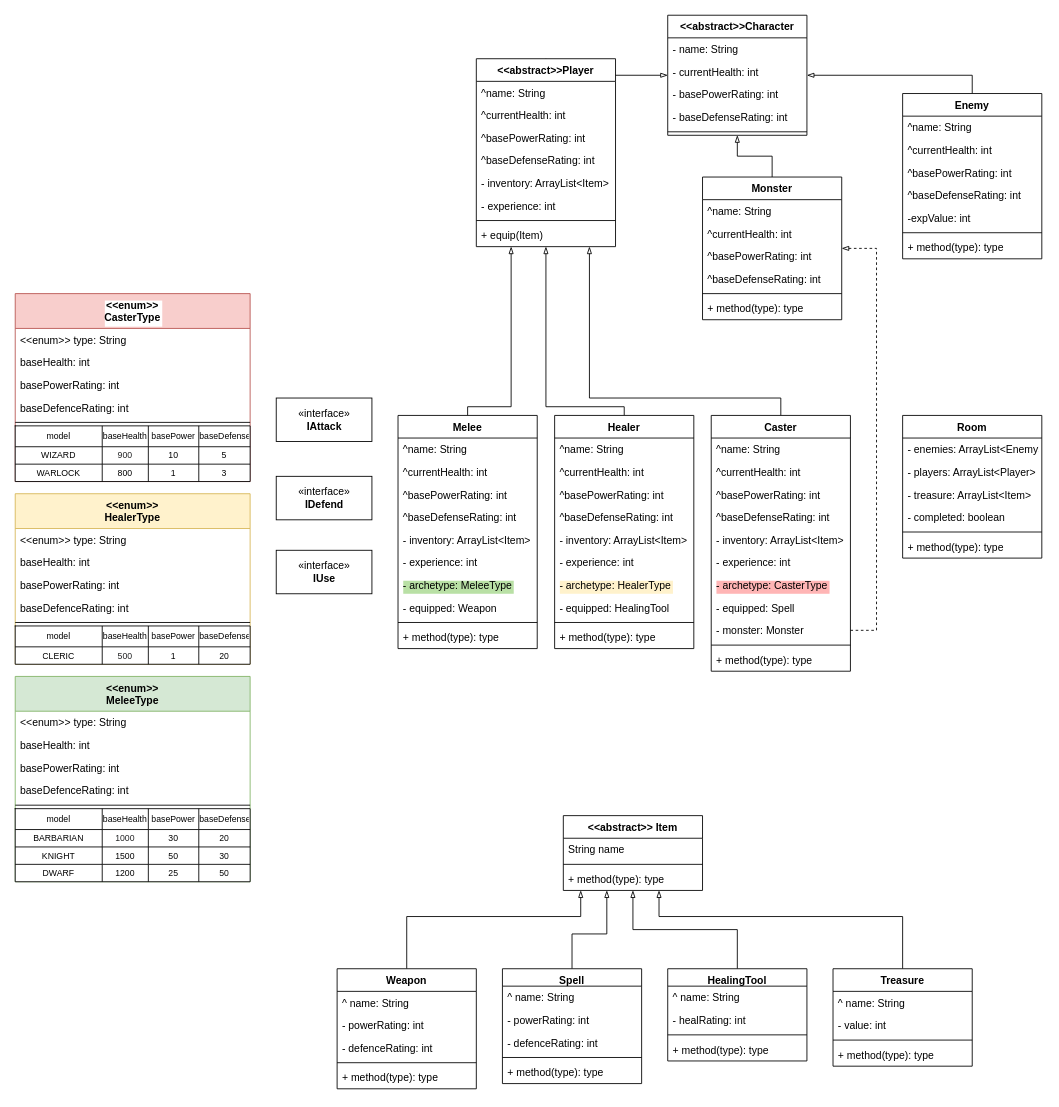
The draw.io diagram game_plan.drawio in randomlyalex-codeclan/JAVA-fantasy-lab, before the edit. Source tidied: cells renumbered, new cells numbered last; positions are measured from the earlier drawing's top-left corner, leaving out a move shared by most shapes. Both pictures are drawn from the tidied source at 87%, with x=0, y=0 at pixel (15, 15).
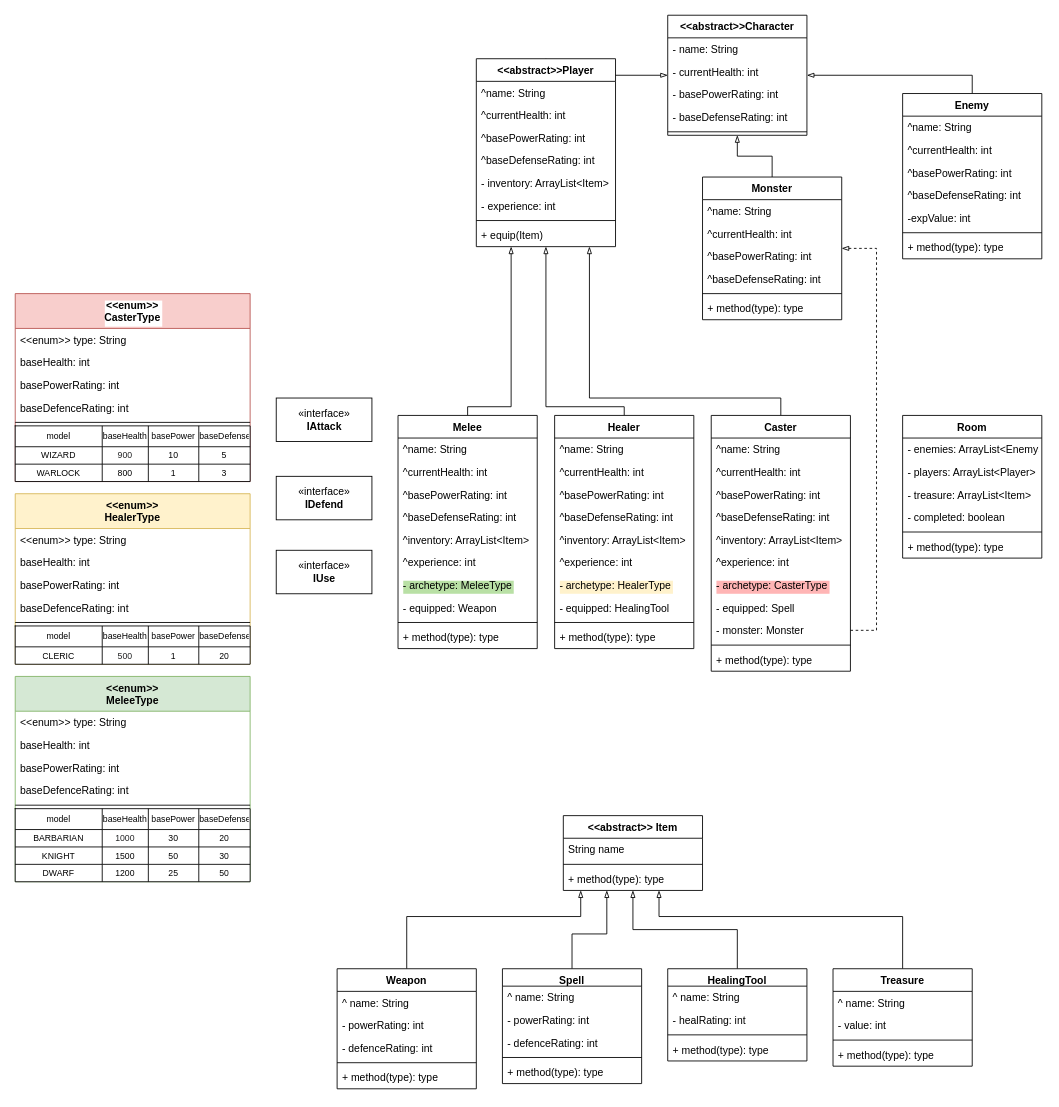
The same page after the edit.

Commit message (it also covers changes not shown here):
edited plan to better reflect inheritance

The change refers to these unchanged cells:
```xml
<mxCell id="13" value="Melee" style="swimlane;fontStyle=1;align=center;verticalAlign=top;horizontal=1;startSize=26;" parent="1" vertex="1">
  <mxGeometry x="440" y="460" width="160" height="268" as="geometry" />
</mxCell>
<mxCell id="25" value="Caster" style="swimlane;fontStyle=1;align=center;verticalAlign=top;horizontal=1;startSize=26;" parent="1" vertex="1">
  <mxGeometry x="800" y="460" width="160" height="294" as="geometry" />
</mxCell>
<mxCell id="38" value="Healer" style="swimlane;fontStyle=1;align=center;verticalAlign=top;horizontal=1;startSize=26;" parent="1" vertex="1">
  <mxGeometry x="620" y="460" width="160" height="268" as="geometry" />
</mxCell>
```

Change to the diagram source:
```diff
@@
-    <mxCell id="18" value="- inventory: ArrayList&lt;Item&gt;" style="text;strokeColor=none;fillColor=none;align=left;verticalAlign=top;spacingLeft=4;spacingRight=4;overflow=hidden;" parent="13" vertex="1">
+    <mxCell id="18" value="^inventory: ArrayList&lt;Item&gt;" style="text;strokeColor=none;fillColor=none;align=left;verticalAlign=top;spacingLeft=4;spacingRight=4;overflow=hidden;" parent="13" vertex="1">
       <mxGeometry y="130" width="160" height="26" as="geometry" />
     </mxCell>
-    <mxCell id="19" value="- experience: int" style="text;strokeColor=none;fillColor=none;align=left;verticalAlign=top;spacingLeft=4;spacingRight=4;overflow=hidden;" parent="13" vertex="1">
+    <mxCell id="19" value="^experience: int" style="text;strokeColor=none;fillColor=none;align=left;verticalAlign=top;spacingLeft=4;spacingRight=4;overflow=hidden;" parent="13" vertex="1">
       <mxGeometry y="156" width="160" height="26" as="geometry" />
     </mxCell>
@@
-    <mxCell id="30" value="- inventory: ArrayList&lt;Item&gt;" style="text;strokeColor=none;fillColor=none;align=left;verticalAlign=top;spacingLeft=4;spacingRight=4;overflow=hidden;" parent="25" vertex="1">
+    <mxCell id="30" value="^inventory: ArrayList&lt;Item&gt;" style="text;strokeColor=none;fillColor=none;align=left;verticalAlign=top;spacingLeft=4;spacingRight=4;overflow=hidden;" parent="25" vertex="1">
       <mxGeometry y="130" width="160" height="26" as="geometry" />
     </mxCell>
-    <mxCell id="31" value="- experience: int" style="text;strokeColor=none;fillColor=none;align=left;verticalAlign=top;spacingLeft=4;spacingRight=4;overflow=hidden;" parent="25" vertex="1">
+    <mxCell id="31" value="^experience: int" style="text;strokeColor=none;fillColor=none;align=left;verticalAlign=top;spacingLeft=4;spacingRight=4;overflow=hidden;" parent="25" vertex="1">
       <mxGeometry y="156" width="160" height="26" as="geometry" />
     </mxCell>
@@
-    <mxCell id="43" value="- inventory: ArrayList&lt;Item&gt;" style="text;strokeColor=none;fillColor=none;align=left;verticalAlign=top;spacingLeft=4;spacingRight=4;overflow=hidden;" parent="38" vertex="1">
+    <mxCell id="43" value="^inventory: ArrayList&lt;Item&gt;" style="text;strokeColor=none;fillColor=none;align=left;verticalAlign=top;spacingLeft=4;spacingRight=4;overflow=hidden;" parent="38" vertex="1">
       <mxGeometry y="130" width="160" height="26" as="geometry" />
     </mxCell>
-    <mxCell id="44" value="- experience: int" style="text;strokeColor=none;fillColor=none;align=left;verticalAlign=top;spacingLeft=4;spacingRight=4;overflow=hidden;" parent="38" vertex="1">
+    <mxCell id="44" value="^experience: int" style="text;strokeColor=none;fillColor=none;align=left;verticalAlign=top;spacingLeft=4;spacingRight=4;overflow=hidden;" parent="38" vertex="1">
       <mxGeometry y="156" width="160" height="26" as="geometry" />
     </mxCell>
```
